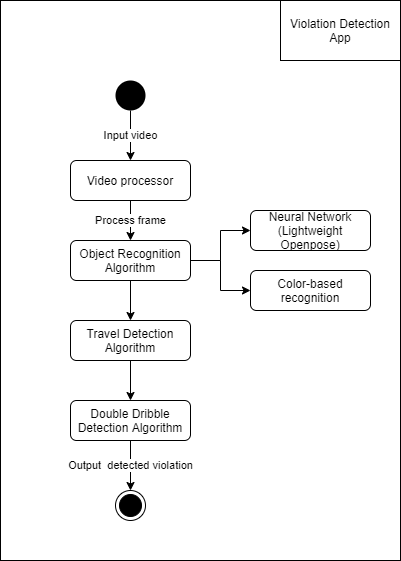
Before: tex/img/program_architecture.png, a diagram exported from draw.io (LukasCed/basketball-rules-violation-thesis). Source tidied: cells renumbered, new cells last; positions are measured from the earlier drawing's top-left corner, leaving out a move shared by most shapes.
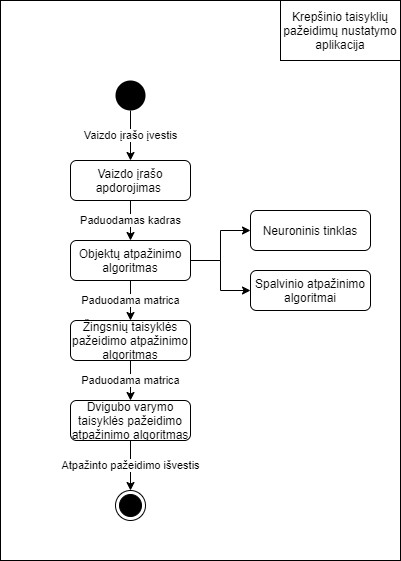
The same file after the commit.

Diff of the diagram source:
```diff
@@ -5,13 +5,13 @@
     <mxCell id="2" style="rounded=0;whiteSpace=wrap;html=1;" parent="1" vertex="1">
       <mxGeometry width="400" height="560" as="geometry" />
     </mxCell>
-    <mxCell id="3" value="Process frame" style="edgeStyle=orthogonalEdgeStyle;rounded=0;jettySize=auto;html=1;exitX=0.5;exitY=1;exitDx=0;exitDy=0;entryX=0.5;entryY=0;entryDx=0;entryDy=0;" parent="1" edge="1" source="4" target="10">
+    <mxCell id="3" value="Paduodamas kadras" style="edgeStyle=orthogonalEdgeStyle;rounded=0;jettySize=auto;html=1;exitX=0.5;exitY=1;exitDx=0;exitDy=0;entryX=0.5;entryY=0;entryDx=0;entryDy=0;" parent="1" edge="1" source="4" target="10">
       <mxGeometry relative="1" as="geometry" />
     </mxCell>
-    <mxCell id="4" value="Video processor" style="rounded=1;whiteSpace=wrap;html=1;fontSize=12;glass=0;strokeWidth=1;shadow=0;" parent="1" vertex="1">
+    <mxCell id="4" value="Vaizdo įrašo apdorojimas&amp;nbsp;" style="rounded=1;whiteSpace=wrap;html=1;fontSize=12;glass=0;strokeWidth=1;shadow=0;" parent="1" vertex="1">
       <mxGeometry x="70" y="160" width="120" height="40" as="geometry" />
     </mxCell>
-    <mxCell id="5" value="Input video" style="edgeStyle=orthogonalEdgeStyle;rounded=0;jettySize=auto;html=1;exitX=0.5;exitY=1;exitDx=0;exitDy=0;entryX=0.5;entryY=0;entryDx=0;entryDy=0;" parent="1" edge="1" source="6" target="4">
+    <mxCell id="5" value="Vaizdo įrašo įvestis" style="edgeStyle=orthogonalEdgeStyle;rounded=0;jettySize=auto;html=1;exitX=0.5;exitY=1;exitDx=0;exitDy=0;entryX=0.5;entryY=0;entryDx=0;entryDy=0;" parent="1" edge="1" source="6" target="4">
       <mxGeometry relative="1" as="geometry" />
     </mxCell>
     <mxCell id="6" style="ellipse;fillColor=#000000;strokeColor=none;" parent="1" vertex="1">
@@ -20,39 +20,39 @@
     <mxCell id="7" style="edgeStyle=orthogonalEdgeStyle;rounded=0;jettySize=auto;html=1;exitX=1;exitY=0.5;exitDx=0;exitDy=0;" parent="1" edge="1" source="10" target="11">
       <mxGeometry relative="1" as="geometry" />
     </mxCell>
-    <mxCell id="8" style="edgeStyle=orthogonalEdgeStyle;rounded=0;jettySize=auto;html=1;exitX=0.5;exitY=1;exitDx=0;exitDy=0;entryX=0.5;entryY=0;entryDx=0;entryDy=0;" parent="1" edge="1" source="10" target="13">
+    <mxCell id="8" value="Paduodama matrica" style="edgeStyle=orthogonalEdgeStyle;rounded=0;jettySize=auto;html=1;exitX=0.5;exitY=1;exitDx=0;exitDy=0;entryX=0.5;entryY=0;entryDx=0;entryDy=0;" parent="1" edge="1" source="10" target="13">
       <mxGeometry relative="1" as="geometry" />
     </mxCell>
     <mxCell id="9" style="edgeStyle=orthogonalEdgeStyle;rounded=0;jettySize=auto;html=1;exitX=1;exitY=0.5;exitDx=0;exitDy=0;" parent="1" edge="1" source="10" target="18">
       <mxGeometry relative="1" as="geometry" />
     </mxCell>
-    <mxCell id="10" value="Object Recognition Algorithm" style="rounded=1;whiteSpace=wrap;html=1;fontSize=12;glass=0;strokeWidth=1;shadow=0;" parent="1" vertex="1">
+    <mxCell id="10" value="Objektų atpažinimo algoritmas" style="rounded=1;whiteSpace=wrap;html=1;fontSize=12;glass=0;strokeWidth=1;shadow=0;" parent="1" vertex="1">
       <mxGeometry x="70" y="240" width="120" height="40" as="geometry" />
     </mxCell>
-    <mxCell id="11" value="Neural Network (Lightweight Openpose)" style="rounded=1;whiteSpace=wrap;html=1;fontSize=12;glass=0;strokeWidth=1;shadow=0;" parent="1" vertex="1">
+    <mxCell id="11" value="Neuroninis tinklas" style="rounded=1;whiteSpace=wrap;html=1;fontSize=12;glass=0;strokeWidth=1;shadow=0;" parent="1" vertex="1">
       <mxGeometry x="250" y="210" width="120" height="40" as="geometry" />
     </mxCell>
-    <mxCell id="12" style="edgeStyle=orthogonalEdgeStyle;rounded=0;jettySize=auto;html=1;exitX=0.5;exitY=1;exitDx=0;exitDy=0;entryX=0.5;entryY=0;entryDx=0;entryDy=0;" parent="1" edge="1" source="13" target="15">
+    <mxCell id="12" value="Paduodama matrica" style="edgeStyle=orthogonalEdgeStyle;rounded=0;jettySize=auto;html=1;exitX=0.5;exitY=1;exitDx=0;exitDy=0;entryX=0.5;entryY=0;entryDx=0;entryDy=0;" parent="1" edge="1" source="13" target="15">
       <mxGeometry relative="1" as="geometry" />
     </mxCell>
-    <mxCell id="13" value="Travel Detection Algorithm" style="rounded=1;whiteSpace=wrap;html=1;fontSize=12;glass=0;strokeWidth=1;shadow=0;" parent="1" vertex="1">
+    <mxCell id="13" value="Žingsnių taisyklės pažeidimo atpažinimo algoritmas" style="rounded=1;whiteSpace=wrap;html=1;fontSize=12;glass=0;strokeWidth=1;shadow=0;" parent="1" vertex="1">
       <mxGeometry x="70" y="320" width="120" height="40" as="geometry" />
     </mxCell>
-    <mxCell id="14" value="Output&amp;nbsp; detected violation" style="edgeStyle=orthogonalEdgeStyle;rounded=0;jettySize=auto;html=1;exitX=0.5;exitY=1;exitDx=0;exitDy=0;" parent="1" edge="1" source="15">
+    <mxCell id="14" value="Atpažinto pažeidimo išvestis" style="edgeStyle=orthogonalEdgeStyle;rounded=0;jettySize=auto;html=1;exitX=0.5;exitY=1;exitDx=0;exitDy=0;" parent="1" edge="1" source="15">
       <mxGeometry relative="1" as="geometry">
         <mxPoint x="130" y="490" as="targetPoint" />
       </mxGeometry>
     </mxCell>
-    <mxCell id="15" value="Double Dribble Detection Algorithm" style="rounded=1;whiteSpace=wrap;html=1;fontSize=12;glass=0;strokeWidth=1;shadow=0;" parent="1" vertex="1">
+    <mxCell id="15" value="Dvigubo varymo taisyklės pažeidimo atpažinimo algoritmas" style="rounded=1;whiteSpace=wrap;html=1;fontSize=12;glass=0;strokeWidth=1;shadow=0;" parent="1" vertex="1">
       <mxGeometry x="70" y="400" width="120" height="40" as="geometry" />
     </mxCell>
     <mxCell id="16" style="ellipse;html=1;shape=endState;fillColor=#000000;strokeColor=#000000;" parent="1" vertex="1">
       <mxGeometry x="115" y="490" width="30" height="30" as="geometry" />
     </mxCell>
-    <mxCell id="17" value="Violation Detection App" style="rounded=0;whiteSpace=wrap;html=1;" parent="1" vertex="1">
+    <mxCell id="17" value="Krepšinio taisyklių pažeidimų nustatymo aplikacija" style="rounded=0;whiteSpace=wrap;html=1;" parent="1" vertex="1">
       <mxGeometry x="280" width="120" height="60" as="geometry" />
     </mxCell>
-    <mxCell id="18" value="Color-based recognition" style="rounded=1;whiteSpace=wrap;html=1;fontSize=12;glass=0;strokeWidth=1;shadow=0;" parent="1" vertex="1">
+    <mxCell id="18" value="Spalvinio atpažinimo algoritmai" style="rounded=1;whiteSpace=wrap;html=1;fontSize=12;glass=0;strokeWidth=1;shadow=0;" parent="1" vertex="1">
       <mxGeometry x="250" y="270" width="120" height="40" as="geometry" />
     </mxCell>
   </root>
```
